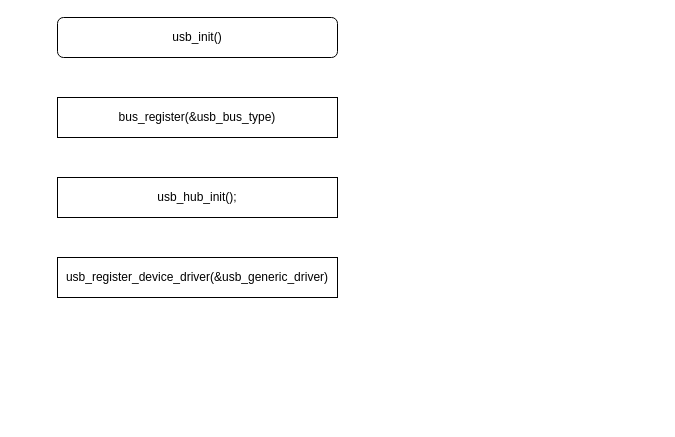
Above: linux usb 串口驱动框架.drawio in Vinson-001/Blog-flow-chart (draw.io), before the change. Source tidied: cells renumbered, new cells numbered last; positions are measured from the earlier drawing's top-left corner, leaving out a move shared by most shapes. Both pictures are drawn from the tidied source at 100%, with x=0, y=0 at pixel (57, 17).
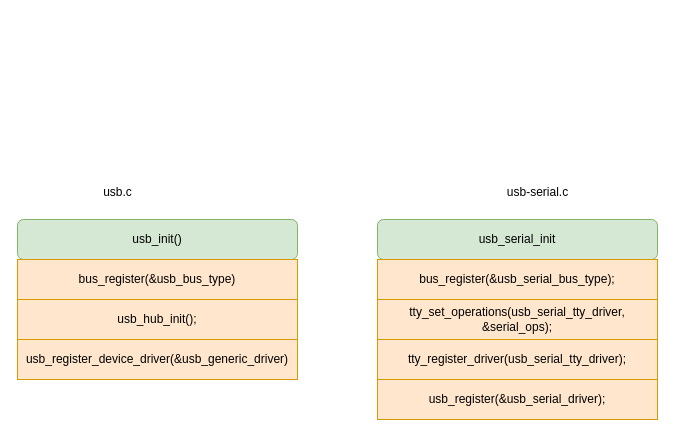
The same diagram, later.

Commit message (it also covers changes not shown here):
更新linux usb 串口驱动框架.drawio

The edit, as a diff of the source:
```diff
@@
 <mxGraphModel>
   <root>
     <mxCell id="0" />
     <mxCell id="1" parent="0" />
-    <mxCell id="2" value="usb_init()" style="rounded=1;whiteSpace=wrap;html=1;" parent="1" vertex="1">
-      <mxGeometry width="280" height="40" as="geometry" />
+    <mxCell id="2" value="usb_init()" style="rounded=1;whiteSpace=wrap;html=1;fillColor=#d5e8d4;strokeColor=#82b366;" parent="1" vertex="1">
+      <mxGeometry x="-40" y="202" width="280" height="40" as="geometry" />
     </mxCell>
-    <mxCell id="3" value="bus_register(&amp;amp;usb_bus_type)" style="rounded=0;whiteSpace=wrap;html=1;" parent="1" vertex="1">
-      <mxGeometry y="80" width="280" height="40" as="geometry" />
+    <mxCell id="3" value="bus_register(&amp;amp;usb_bus_type)" style="rounded=0;whiteSpace=wrap;html=1;fillColor=#ffe6cc;strokeColor=#d79b00;" parent="1" vertex="1">
+      <mxGeometry x="-40" y="242" width="280" height="40" as="geometry" />
     </mxCell>
-    <mxCell id="4" value="usb_hub_init();" style="rounded=0;whiteSpace=wrap;html=1;" parent="1" vertex="1">
-      <mxGeometry y="160" width="280" height="40" as="geometry" />
+    <mxCell id="4" value="usb_hub_init();" style="rounded=0;whiteSpace=wrap;html=1;fillColor=#ffe6cc;strokeColor=#d79b00;" parent="1" vertex="1">
+      <mxGeometry x="-40" y="282" width="280" height="40" as="geometry" />
     </mxCell>
-    <mxCell id="5" value="usb_register_device_driver(&amp;amp;usb_generic_driver)" style="rounded=0;whiteSpace=wrap;html=1;" parent="1" vertex="1">
-      <mxGeometry y="240" width="280" height="40" as="geometry" />
+    <mxCell id="5" value="usb_register_device_driver(&amp;amp;usb_generic_driver)" style="rounded=0;whiteSpace=wrap;html=1;fillColor=#ffe6cc;strokeColor=#d79b00;" parent="1" vertex="1">
+      <mxGeometry x="-40" y="322" width="280" height="40" as="geometry" />
     </mxCell>
+    <mxCell id="6" value="usb.c" style="text;html=1;align=center;verticalAlign=middle;strokeColor=none;fillColor=none;" parent="1" vertex="1">
+      <mxGeometry x="35" y="160" width="50" height="30" as="geometry" />
+    </mxCell>
+    <mxCell id="7" value="usb_serial_init" style="rounded=1;whiteSpace=wrap;html=1;fillColor=#d5e8d4;strokeColor=#82b366;" parent="1" vertex="1">
+      <mxGeometry x="320" y="202" width="280" height="40" as="geometry" />
+    </mxCell>
+    <mxCell id="8" value="usb-serial.c" style="text;html=1;align=center;verticalAlign=middle;strokeColor=none;fillColor=none;" parent="1" vertex="1">
+      <mxGeometry x="440" y="160" width="80" height="30" as="geometry" />
+    </mxCell>
+    <mxCell id="9" value="bus_register(&amp;amp;usb_serial_bus_type);" style="rounded=0;whiteSpace=wrap;html=1;fillColor=#ffe6cc;strokeColor=#d79b00;" parent="1" vertex="1">
+      <mxGeometry x="320" y="242" width="280" height="40" as="geometry" />
+    </mxCell>
+    <mxCell id="10" value="tty_set_operations(usb_serial_tty_driver, &amp;amp;serial_ops);" style="rounded=0;whiteSpace=wrap;html=1;fillColor=#ffe6cc;strokeColor=#d79b00;" parent="1" vertex="1">
+      <mxGeometry x="320" y="282" width="280" height="40" as="geometry" />
+    </mxCell>
+    <mxCell id="11" value="tty_register_driver(usb_serial_tty_driver);" style="rounded=0;whiteSpace=wrap;html=1;fillColor=#ffe6cc;strokeColor=#d79b00;" parent="1" vertex="1">
+      <mxGeometry x="320" y="322" width="280" height="40" as="geometry" />
+    </mxCell>
+    <mxCell id="12" value="usb_register(&amp;amp;usb_serial_driver);" style="rounded=0;whiteSpace=wrap;html=1;fillColor=#ffe6cc;strokeColor=#d79b00;" parent="1" vertex="1">
+      <mxGeometry x="320" y="362" width="280" height="40" as="geometry" />
+    </mxCell>
   </root>
 </mxGraphModel>
```
